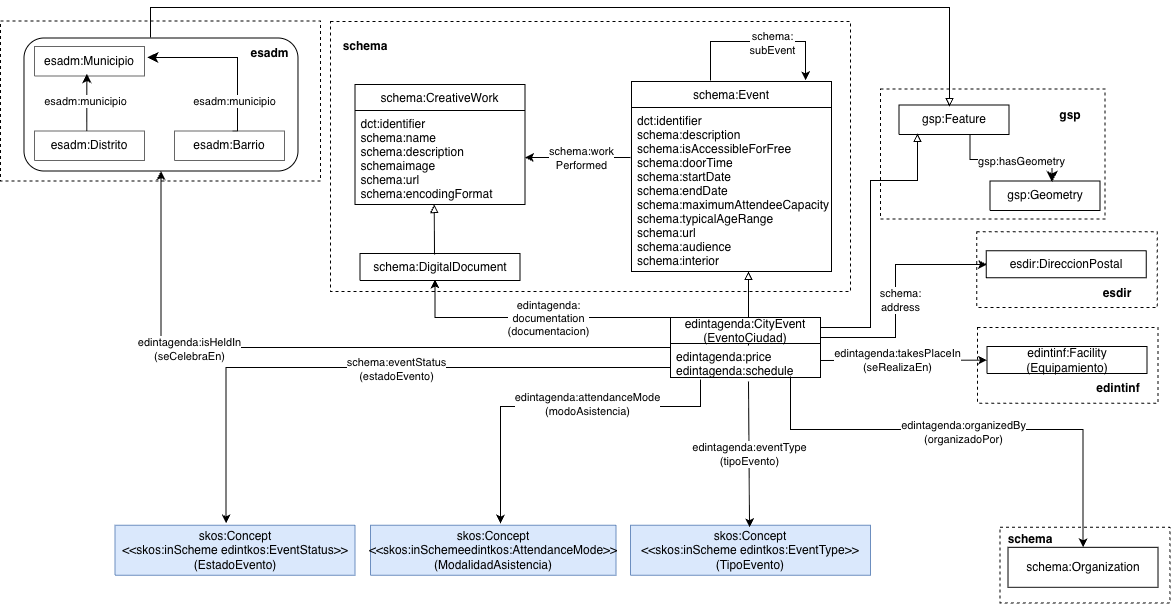
This is documentation/images/diagrama-conceptual.png from EDINT-Ontologia/edint-ontologia-agenda, a draw.io export, as it was before one commit. Source tidied: cells renumbered, new cells last; positions are measured from the earlier drawing's top-left corner, leaving out a move shared by most shapes.
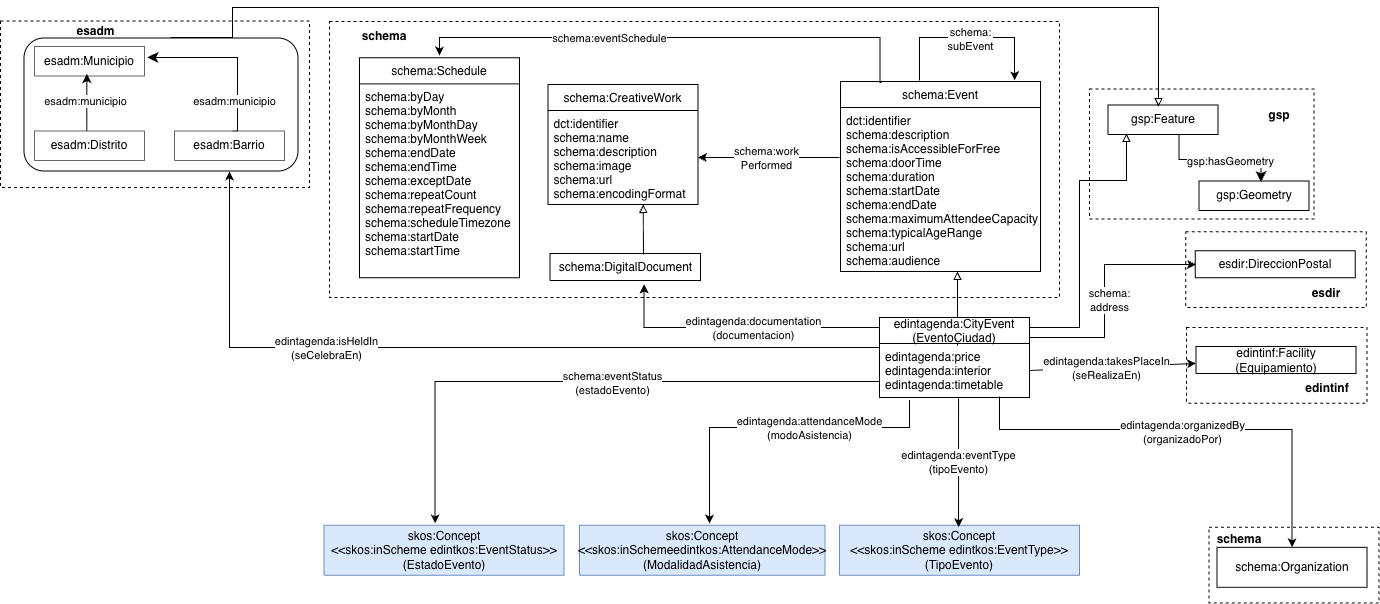
Later version of the same file.

Commit message:
Añadir clase schema:Schedule para eventos recurrentes

What changed in the source:
```diff
@@ -6,13 +6,13 @@
       <mxGeometry x="976.3" y="224.4" width="180.5" height="75.6" as="geometry" />
     </mxCell>
     <mxCell id="3" style="rounded=0;whiteSpace=wrap;html=1;fillColor=none;dashed=1;" parent="1" vertex="1">
-      <mxGeometry x="330" y="14" width="520" height="270" as="geometry" />
+      <mxGeometry x="120" y="14" width="730" height="276" as="geometry" />
     </mxCell>
     <mxCell id="4" value="&lt;div&gt;skos:Concept&lt;/div&gt;&lt;div&gt;&amp;lt;&amp;lt;skos:inScheme edintkos:EventType&amp;gt;&amp;gt;&lt;/div&gt;&lt;div&gt;(TipoEvento)&lt;/div&gt;" style="verticalAlign=middle;align=center;vsdxID=334;shape=(stored shape, 160 characters);labelBackgroundColor=none;rounded=0;html=1;whiteSpace=wrap;fillColor=#dae8fc;strokeColor=#6c8ebf;" parent="1" vertex="1">
       <mxGeometry x="630" y="517.7" width="240" height="50" as="geometry" />
     </mxCell>
     <mxCell id="5" value="schema:DigitalDocument" style="verticalAlign=middle;align=center;vsdxID=334;shape=(stored shape, 160 characters);labelBackgroundColor=none;rounded=0;html=1;whiteSpace=wrap;fontSize=12;" parent="1" vertex="1">
-      <mxGeometry x="359.5" y="246" width="160" height="27" as="geometry" />
+      <mxGeometry x="340.5" y="246" width="150.5" height="27" as="geometry" />
     </mxCell>
     <mxCell id="6" style="endArrow=block;html=1;rounded=0;exitX=0.675;exitY=-0.037;exitDx=0;exitDy=0;exitPerimeter=0;endFill=0;entryX=0.585;entryY=1;entryDx=0;entryDy=0;entryPerimeter=0;" parent="1" edge="1" target="31">
       <mxGeometry relative="1" as="geometry">
@@ -30,19 +30,19 @@
         <mxPoint x="11" as="offset" />
       </mxGeometry>
     </mxCell>
-    <mxCell id="10" value="edintagenda:&lt;span style=&quot;background-color: light-dark(#ffffff, var(--ge-dark-color, #121212)); color: light-dark(rgb(0, 0, 0), rgb(255, 255, 255));&quot;&gt;eventType&lt;/span&gt;&lt;div&gt;&lt;span style=&quot;background-color: light-dark(#ffffff, var(--ge-dark-color, #121212)); color: light-dark(rgb(0, 0, 0), rgb(255, 255, 255));&quot;&gt;(tipoEvento)&lt;/span&gt;&lt;/div&gt;" style="endArrow=classic;html=1;rounded=0;exitX=0.52;exitY=1.118;exitDx=0;exitDy=0;exitPerimeter=0;entryX=0.496;entryY=0.04;entryDx=0;entryDy=0;entryPerimeter=0;" parent="1" edge="1" source="39" target="4">
+    <mxCell id="10" value="edintagenda:&lt;span style=&quot;background-color: light-dark(#ffffff, var(--ge-dark-color, #121212)); color: light-dark(rgb(0, 0, 0), rgb(255, 255, 255));&quot;&gt;eventType&lt;/span&gt;&lt;div&gt;&lt;span style=&quot;background-color: light-dark(#ffffff, var(--ge-dark-color, #121212)); color: light-dark(rgb(0, 0, 0), rgb(255, 255, 255));&quot;&gt;(tipoEvento)&lt;/span&gt;&lt;/div&gt;" style="endArrow=classic;html=1;rounded=0;exitX=0.527;exitY=1.019;exitDx=0;exitDy=0;exitPerimeter=0;entryX=0.496;entryY=0.04;entryDx=0;entryDy=0;entryPerimeter=0;" parent="1" edge="1" source="39" target="4">
       <mxGeometry relative="1" as="geometry" />
     </mxCell>
-    <mxCell id="11" style="endArrow=classic;html=1;rounded=0;entryX=0.469;entryY=0.963;entryDx=0;entryDy=0;entryPerimeter=0;edgeStyle=orthogonalEdgeStyle;exitX=0;exitY=0.117;exitDx=0;exitDy=0;exitPerimeter=0;" parent="1" edge="1" source="38" target="5">
+    <mxCell id="11" style="endArrow=classic;html=1;rounded=0;entryX=0.625;entryY=1.148;entryDx=0;entryDy=0;entryPerimeter=0;edgeStyle=orthogonalEdgeStyle;exitX=0;exitY=0.117;exitDx=0;exitDy=0;exitPerimeter=0;" parent="1" edge="1" source="38" target="5">
       <mxGeometry relative="1" as="geometry">
         <Array as="points">
           <mxPoint x="672" y="317" />
-          <mxPoint x="672" y="310" />
-          <mxPoint x="435" y="310" />
+          <mxPoint x="672" y="320" />
+          <mxPoint x="435" y="320" />
         </Array>
       </mxGeometry>
     </mxCell>
-    <mxCell id="12" value="edintagenda:&lt;div&gt;documentation&lt;/div&gt;&lt;div&gt;(documentacion)&lt;/div&gt;" style="edgeLabel;html=1;align=center;verticalAlign=middle;" parent="11" vertex="1">
+    <mxCell id="12" value="edintagenda:&lt;span style=&quot;background-color: light-dark(#ffffff, var(--ge-dark-color, #121212)); color: light-dark(rgb(0, 0, 0), rgb(255, 255, 255));&quot;&gt;documentation&lt;/span&gt;&lt;div&gt;(documentacion)&lt;/div&gt;" style="edgeLabel;html=1;align=center;verticalAlign=middle;" parent="11" vertex="1">
       <mxGeometry x="-0.07" y="2" relative="1" as="geometry">
         <mxPoint x="-2" y="-2" as="offset" />
       </mxGeometry>
@@ -97,9 +97,8 @@
     <mxCell id="23" value="&lt;div&gt;&lt;div&gt;&lt;font style=&quot;font-size: 12px;&quot;&gt;schema&lt;/font&gt;&lt;/div&gt;&lt;/div&gt;" style="text;html=1;whiteSpace=wrap;strokeColor=none;fillColor=none;align=center;verticalAlign=middle;rounded=0;fontStyle=1;fontFamily=Helvetica;fontSize=11;fontColor=default;" parent="1" vertex="1">
       <mxGeometry x="989.5" y="517.7" width="80" height="28.7" as="geometry" />
     </mxCell>
-    <mxCell id="24" style="endArrow=classic;html=1;rounded=0;entryX=0.5;entryY=0;entryDx=0;entryDy=0;edgeStyle=orthogonalEdgeStyle;" parent="1" edge="1" target="22">
+    <mxCell id="24" style="endArrow=classic;html=1;rounded=0;entryX=0.5;entryY=0;entryDx=0;entryDy=0;edgeStyle=orthogonalEdgeStyle;exitX=0.8;exitY=0.981;exitDx=0;exitDy=0;exitPerimeter=0;" parent="1" edge="1" source="39" target="22">
       <mxGeometry relative="1" as="geometry">
-        <mxPoint x="790" y="369" as="sourcePoint" />
         <Array as="points">
           <mxPoint x="790" y="422" />
           <mxPoint x="1083" y="422" />
@@ -111,19 +110,18 @@
         <mxPoint x="18" as="offset" />
       </mxGeometry>
     </mxCell>
-    <mxCell id="26" style="endArrow=classic;html=1;rounded=0;edgeStyle=orthogonalEdgeStyle;" parent="1" edge="1">
+    <mxCell id="26" style="endArrow=classic;html=1;rounded=0;edgeStyle=orthogonalEdgeStyle;exitX=0.2;exitY=1.045;exitDx=0;exitDy=0;exitPerimeter=0;" parent="1" edge="1" source="39">
       <mxGeometry relative="1" as="geometry">
-        <mxPoint x="700" y="372" as="sourcePoint" />
         <mxPoint x="500" y="516" as="targetPoint" />
         <Array as="points">
-          <mxPoint x="700" y="399" />
-          <mxPoint x="500" y="399" />
+          <mxPoint x="700" y="420" />
+          <mxPoint x="500" y="420" />
         </Array>
       </mxGeometry>
     </mxCell>
     <mxCell id="27" value="edintagenda:attendanceMode&lt;div&gt;(modoAsistencia)&lt;/div&gt;" style="edgeLabel;html=1;align=center;verticalAlign=middle;" parent="26" vertex="1">
       <mxGeometry x="0.39" y="-3" relative="1" as="geometry">
-        <mxPoint x="89" y="-15" as="offset" />
+        <mxPoint x="97" y="3" as="offset" />
       </mxGeometry>
     </mxCell>
     <mxCell id="28" value="schema:Event" style="swimlane;fontStyle=0;horizontal=1;startSize=26;fillColor=default;strokeColor=#000000;" parent="1" vertex="1">
@@ -139,14 +137,27 @@
         <mxPoint x="21" as="offset" />
       </mxGeometry>
     </mxCell>
-    <mxCell id="31" value="dct:identifier&#10;schema:description&#10;schema:isAccessibleForFree&#10;schema:doorTime&#10;schema:startDate&#10;schema:endDate&#10;schema:maximumAttendeeCapacity&#10;schema:typicalAgeRange&#10;schema:url&#10;schema:audience&#10;schema:interior&#10;&#10;" style="text;strokeColor=none;fillColor=none;align=left;verticalAlign=top;spacingLeft=4;spacingRight=4;overflow=visible;points=[[0,0.5],[1,0.5]];portConstraint=eastwest;imageAspect=0;imageHeight=24;" parent="28" vertex="1">
+    <mxCell id="31" value="dct:identifier&#10;schema:description&#10;schema:isAccessibleForFree&#10;schema:doorTime&#10;schema:duration&#10;schema:startDate&#10;schema:endDate&#10;schema:maximumAttendeeCapacity&#10;schema:typicalAgeRange&#10;schema:url&#10;schema:audience&#10;&#10;" style="text;strokeColor=none;fillColor=none;align=left;verticalAlign=top;spacingLeft=4;spacingRight=4;overflow=visible;points=[[0,0.5],[1,0.5]];portConstraint=eastwest;imageAspect=0;imageHeight=24;" parent="28" vertex="1">
       <mxGeometry y="26" width="200" height="164" as="geometry" />
     </mxCell>
     <mxCell id="32" value="schema:CreativeWork" style="swimlane;fontStyle=0;horizontal=1;startSize=26;fillColor=default;strokeColor=#000000;" parent="1" vertex="1">
-      <mxGeometry x="354.5" y="77" width="170" height="120" as="geometry" />
+      <mxGeometry x="338.5" y="77" width="150" height="120" as="geometry" />
     </mxCell>
+    <mxCell id="62" style="endArrow=classic;html=1;rounded=0;edgeStyle=orthogonalEdgeStyle;exitX=0.205;exitY=0.005;exitDx=0;exitDy=0;exitPerimeter=0;" parent="32" edge="1" source="28">
+      <mxGeometry relative="1" as="geometry">
+        <mxPoint x="-108.5" y="-29" as="targetPoint" />
+        <Array as="points">
+          <mxPoint x="332" y="-2" />
+          <mxPoint x="332" y="-47" />
+          <mxPoint x="-108" y="-47" />
+        </Array>
+      </mxGeometry>
+    </mxCell>
+    <mxCell id="63" value="schema:eventSchedule" style="edgeLabel;html=1;align=center;verticalAlign=middle;" parent="62" vertex="1">
+      <mxGeometry x="0.26" relative="1" as="geometry" />
+    </mxCell>
-    <mxCell id="33" value="dct:identifier&#10;schema:name&#10;schema:description&#10;schemaimage&#10;schema:url&#10;schema:encodingFormat&#10;" style="text;strokeColor=none;fillColor=none;align=left;verticalAlign=top;spacingLeft=4;spacingRight=4;overflow=visible;points=[[0,0.5],[1,0.5]];portConstraint=eastwest;imageAspect=0;imageHeight=24;" parent="32" vertex="1">
-      <mxGeometry y="26" width="170" height="94" as="geometry" />
+    <mxCell id="33" value="dct:identifier&#10;schema:name&#10;schema:description&#10;schema:image&#10;schema:url&#10;schema:encodingFormat&#10;" style="text;strokeColor=none;fillColor=none;align=left;verticalAlign=top;spacingLeft=4;spacingRight=4;overflow=visible;points=[[0,0.5],[1,0.5]];portConstraint=eastwest;imageAspect=0;imageHeight=24;" parent="32" vertex="1">
+      <mxGeometry y="26" width="150" height="94" as="geometry" />
     </mxCell>
     <mxCell id="34" value="&lt;div&gt;skos:Concept&lt;/div&gt;&lt;div&gt;&amp;lt;&amp;lt;skos:inScheme edintkos:EventStatus&amp;gt;&amp;gt;&lt;/div&gt;&lt;div&gt;(EstadoEvento)&lt;/div&gt;" style="verticalAlign=middle;align=center;vsdxID=334;shape=(stored shape, 160 characters);labelBackgroundColor=none;rounded=0;html=1;whiteSpace=wrap;fillColor=#dae8fc;strokeColor=#6c8ebf;" parent="1" vertex="1">
       <mxGeometry x="114.5" y="517.7" width="240" height="50" as="geometry" />
@@ -163,10 +174,10 @@
       <mxGeometry x="370" y="517.7" width="245.5" height="50" as="geometry" />
     </mxCell>
     <mxCell id="38" value="edintagenda:CityEvent&#10;(EventoCiudad)" style="swimlane;fontStyle=0;horizontal=1;startSize=26;fillColor=default;strokeColor=#000000;" parent="1" vertex="1">
-      <mxGeometry x="670" y="310" width="150" height="60" as="geometry" />
+      <mxGeometry x="670" y="310" width="150" height="80" as="geometry" />
     </mxCell>
-    <mxCell id="39" value="edintagenda:price&#10;edintagenda:schedule" style="text;strokeColor=none;fillColor=none;align=left;verticalAlign=top;spacingLeft=4;spacingRight=4;overflow=visible;points=[[0,0.5],[1,0.5]];portConstraint=eastwest;imageAspect=0;imageHeight=24;" parent="38" vertex="1">
-      <mxGeometry y="26" width="150" height="34" as="geometry" />
+    <mxCell id="39" value="edintagenda:price&#10;edintagenda:interior&#10;edintagenda:timetable&#10;&#10;" style="text;strokeColor=none;fillColor=none;align=left;verticalAlign=top;spacingLeft=4;spacingRight=4;overflow=visible;points=[[0,0.5],[1,0.5]];portConstraint=eastwest;imageAspect=0;imageHeight=24;" parent="38" vertex="1">
+      <mxGeometry y="26" width="150" height="54" as="geometry" />
     </mxCell>
     <mxCell id="40" style="rounded=0;whiteSpace=wrap;html=1;fillColor=none;dashed=1;fontSize=11;" parent="1" vertex="1">
       <mxGeometry x="977" y="320" width="180.5" height="75.6" as="geometry" />
@@ -199,42 +210,41 @@
       <mxGeometry relative="1" as="geometry">
         <mxPoint x="710" y="73" as="sourcePoint" />
         <Array as="points">
-          <mxPoint x="710" y="73" />
-          <mxPoint x="710" y="34" />
-          <mxPoint x="805" y="34" />
+          <mxPoint x="710" y="30" />
+          <mxPoint x="805" y="30" />
         </Array>
       </mxGeometry>
     </mxCell>
     <mxCell id="47" value="schema:&lt;div&gt;subEvent&lt;/div&gt;" style="edgeLabel;html=1;align=center;verticalAlign=middle;" parent="46" vertex="1">
       <mxGeometry x="-0.12" y="-1" relative="1" as="geometry">
-        <mxPoint x="24" as="offset" />
+        <mxPoint x="14" as="offset" />
       </mxGeometry>
     </mxCell>
     <mxCell id="48" value="schema" style="text;html=1;whiteSpace=wrap;strokeColor=none;fillColor=none;align=center;verticalAlign=middle;rounded=0;fontStyle=1;" parent="1" vertex="1">
-      <mxGeometry x="330" y="24" width="70" height="30" as="geometry" />
+      <mxGeometry x="140" y="14" width="70" height="30" as="geometry" />
     </mxCell>
     <mxCell id="49" value="&amp;nbsp;" style="rounded=0;whiteSpace=wrap;html=1;fillColor=none;dashed=1;fontSize=11;" parent="1" vertex="1">
-      <mxGeometry y="13.5" width="320" height="160" as="geometry" />
+      <mxGeometry x="-209" y="13.5" width="309" height="166.5" as="geometry" />
     </mxCell>
     <mxCell id="50" style="rounded=1;whiteSpace=wrap;html=1;fillColor=none;fontSize=11;" parent="1" vertex="1">
-      <mxGeometry x="23.5" y="30.5" width="274" height="133" as="geometry" />
+      <mxGeometry x="-185.5" y="30.5" width="274" height="133" as="geometry" />
     </mxCell>
     <mxCell id="51" value="&lt;font style=&quot;color: rgb(0, 0, 0); direction: ltr; letter-spacing: 0px; line-height: 120%; opacity: 1; font-size: 12px;&quot;&gt;esadm:Municipio&lt;/font&gt;" style="verticalAlign=middle;align=center;vsdxID=334;shape=(stored shape, 160 characters);labelBackgroundColor=none;rounded=0;html=1;whiteSpace=wrap;fillColor=none;fontColor=#333333;strokeColor=#666666;fontSize=11;" parent="1" vertex="1">
-      <mxGeometry x="34" y="39" width="110" height="29.5" as="geometry" />
+      <mxGeometry x="-175" y="39" width="110" height="29.5" as="geometry" />
     </mxCell>
     <mxCell id="52" value="&lt;div&gt;&lt;font style=&quot;font-size: 12px;&quot;&gt;esadm&lt;/font&gt;&lt;/div&gt;" style="text;html=1;whiteSpace=wrap;strokeColor=none;fillColor=none;align=center;verticalAlign=middle;rounded=0;fontStyle=1;fontFamily=Helvetica;fontSize=11;fontColor=default;" parent="1" vertex="1">
-      <mxGeometry x="209" y="30.5" width="121" height="30" as="geometry" />
+      <mxGeometry x="-174" y="9" width="121" height="30" as="geometry" />
     </mxCell>
     <mxCell id="53" value="&lt;font style=&quot;color: rgb(0, 0, 0); direction: ltr; letter-spacing: 0px; line-height: 120%; opacity: 1; font-size: 12px;&quot;&gt;esadm:Distrito&lt;/font&gt;" style="verticalAlign=middle;align=center;vsdxID=334;shape=(stored shape, 160 characters);labelBackgroundColor=none;rounded=0;html=1;whiteSpace=wrap;fillColor=none;fontColor=#333333;strokeColor=#666666;fontSize=11;" parent="1" vertex="1">
-      <mxGeometry x="34" y="123.5" width="110" height="29.5" as="geometry" />
+      <mxGeometry x="-175" y="123.5" width="110" height="29.5" as="geometry" />
     </mxCell>
     <mxCell id="54" value="&lt;font style=&quot;color: rgb(0, 0, 0); direction: ltr; letter-spacing: 0px; line-height: 120%; opacity: 1; font-size: 12px;&quot;&gt;esadm:Barrio&lt;/font&gt;" style="verticalAlign=middle;align=center;vsdxID=334;shape=(stored shape, 160 characters);labelBackgroundColor=none;rounded=0;html=1;whiteSpace=wrap;fillColor=none;fontColor=#333333;strokeColor=#666666;fontSize=11;" parent="1" vertex="1">
-      <mxGeometry x="174" y="123.5" width="110" height="29.5" as="geometry" />
+      <mxGeometry x="-35" y="123.5" width="110" height="29.5" as="geometry" />
     </mxCell>
     <mxCell id="55" value="esadm:municipio" style="edgeStyle=segmentEdgeStyle;endArrow=none;html=1;curved=0;rounded=0;endSize=8;startSize=8;sourcePerimeterSpacing=0;targetPerimeterSpacing=0;endFill=0;startArrow=classic;startFill=1;exitX=1.027;exitY=0.373;exitDx=0;exitDy=0;exitPerimeter=0;entryX=0.527;entryY=0;entryDx=0;entryDy=0;entryPerimeter=0;fontSize=11;" parent="1" edge="1" source="51" target="54">
       <mxGeometry x="0.59" y="-3" relative="1" as="geometry">
         <Array as="points">
-          <mxPoint x="236.9" y="50" />
+          <mxPoint x="27.9" y="50" />
         </Array>
       </mxGeometry>
     </mxCell>
@@ -245,7 +255,7 @@
     </mxCell>
     <mxCell id="57" style="endArrow=classic;html=1;rounded=0;entryX=0.476;entryY=0.934;entryDx=0;entryDy=0;entryPerimeter=0;" parent="1" edge="1" target="51">
       <mxGeometry relative="1" as="geometry">
-        <mxPoint x="86.3" y="123.5" as="sourcePoint" />
+        <mxPoint x="-122.7" y="123.5" as="sourcePoint" />
       </mxGeometry>
     </mxCell>
     <mxCell id="58" value="esadm:municipio" style="edgeLabel;html=1;align=center;verticalAlign=middle;" parent="57" vertex="1">
@@ -253,26 +263,34 @@
         <mxPoint x="-1" as="offset" />
       </mxGeometry>
     </mxCell>
-    <mxCell id="59" style="edgeStyle=orthogonalEdgeStyle;rounded=0;jettySize=auto;html=1;entryX=0.5;entryY=1;entryDx=0;entryDy=0;" parent="1" edge="1" target="50">
+    <mxCell id="59" style="edgeStyle=orthogonalEdgeStyle;rounded=0;orthogonalLoop=1;jettySize=auto;html=1;" parent="1" edge="1">
       <mxGeometry relative="1" as="geometry">
         <mxPoint x="670" y="340" as="sourcePoint" />
+        <mxPoint x="20" y="164" as="targetPoint" />
         <Array as="points">
-          <mxPoint x="670" y="340" />
-          <mxPoint x="161" y="340" />
+          <mxPoint x="20" y="340" />
+          <mxPoint x="20" y="164" />
         </Array>
       </mxGeometry>
     </mxCell>
     <mxCell id="60" value="edintagenda:isHeldIn&lt;div&gt;(seCelebraEn)&lt;/div&gt;" style="edgeLabel;html=1;align=center;verticalAlign=middle;" parent="59" vertex="1">
-      <mxGeometry x="0.4" y="1" relative="1" as="geometry" />
+      <mxGeometry x="0.4" y="1" relative="1" as="geometry">
+        <mxPoint x="26" y="-1" as="offset" />
+      </mxGeometry>
     </mxCell>
-    <mxCell id="61" style="endArrow=block;html=1;rounded=0;entryX=0.459;entryY=0.051;entryDx=0;entryDy=0;entryPerimeter=0;edgeStyle=orthogonalEdgeStyle;endFill=0;" parent="1" edge="1" target="16">
+    <mxCell id="61" style="endArrow=block;html=1;rounded=0;entryX=0.459;entryY=0.051;entryDx=0;entryDy=0;entryPerimeter=0;edgeStyle=orthogonalEdgeStyle;endFill=0;exitX=0.535;exitY=-0.004;exitDx=0;exitDy=0;exitPerimeter=0;" parent="1" edge="1" source="50" target="16">
       <mxGeometry relative="1" as="geometry">
-        <mxPoint x="150" y="30" as="sourcePoint" />
         <Array as="points">
-          <mxPoint x="150" />
+          <mxPoint x="23" />
           <mxPoint x="949" />
         </Array>
       </mxGeometry>
     </mxCell>
+    <mxCell id="64" value="schema:Schedule" style="swimlane;fontStyle=0;horizontal=1;startSize=26;fillColor=default;strokeColor=#000000;" parent="1" vertex="1">
+      <mxGeometry x="150" y="50.4" width="160" height="220" as="geometry" />
+    </mxCell>
+    <mxCell id="65" value="schema:byDay&#10;schema:byMonth&#10;schema:byMonthDay&#10;schema:byMonthWeek&#10;schema:endDate&#10;schema:endTime&#10;schema:exceptDate&#10;schema:repeatCount&#10;schema:repeatFrequency&#10;schema:scheduleTimezone&#10;schema:startDate&#10;schema:startTime&#10;" style="text;strokeColor=none;fillColor=none;align=left;verticalAlign=top;spacingLeft=4;spacingRight=4;overflow=visible;imageAspect=0;imageHeight=24;" parent="64" vertex="1">
+      <mxGeometry y="26" width="160" height="194" as="geometry" />
+    </mxCell>
   </root>
 </mxGraphModel>
```
